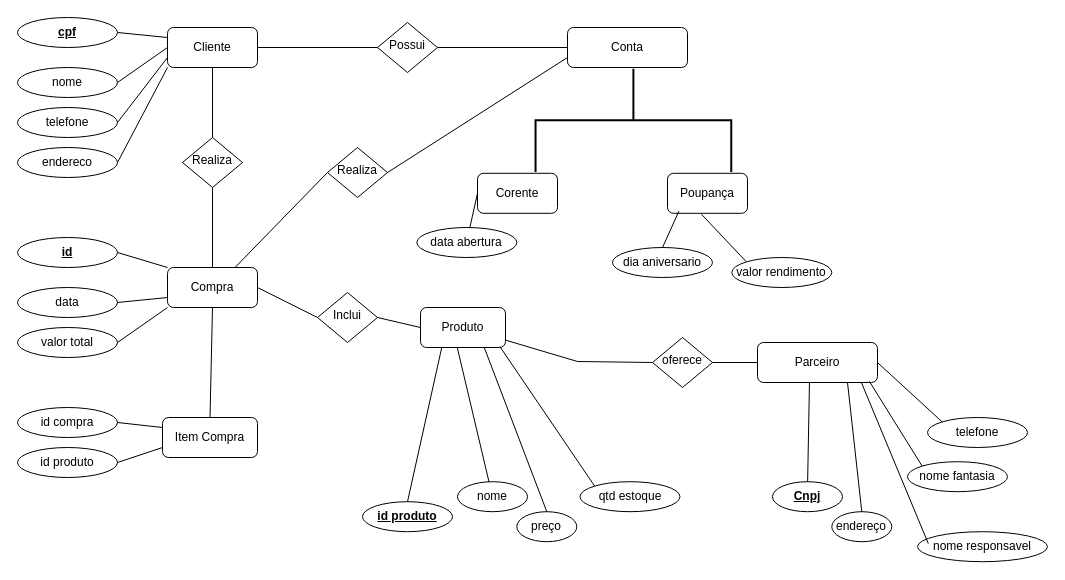
Before: eE.drawio in AlanPinheiro19/pece-usp, a draw.io diagram. Source tidied: cells renumbered, new cells numbered last; positions are measured from the earlier drawing's top-left corner, leaving out a move shared by most shapes. Both pictures are drawn from the tidied source at 100%, with x=0, y=0 at pixel (17, 17).
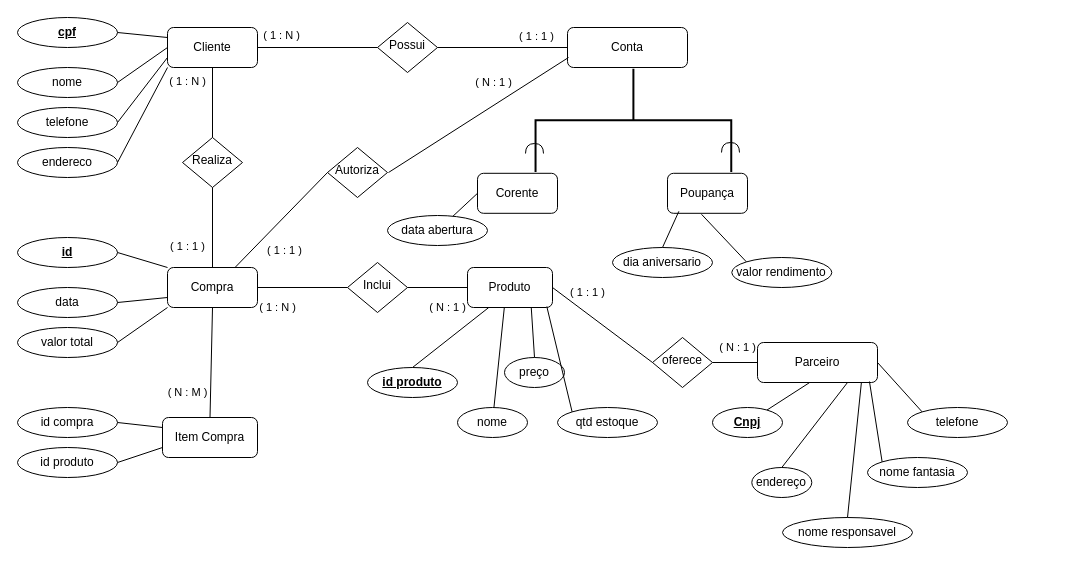
Above is the later version.

Unchanged cells that the change refers to:
```xml
<mxCell id="4" value="Conta" style="rounded=1;whiteSpace=wrap;html=1;fontSize=12;glass=0;strokeWidth=1;shadow=0;" parent="1" vertex="1">
  <mxGeometry x="550" y="10" width="120" height="40" as="geometry" />
</mxCell>
<mxCell id="58" value="oferece" style="rhombus;whiteSpace=wrap;html=1;shadow=0;fontFamily=Helvetica;fontSize=12;align=center;strokeWidth=1;spacing=6;spacingTop=-4;" parent="1" vertex="1">
  <mxGeometry x="635" y="320" width="60" height="50" as="geometry" />
</mxCell>
```

The edit, as a diff of the source:
```diff
@@
     <mxCell id="31" value="data abertura" style="ellipse;whiteSpace=wrap;html=1;" parent="1" vertex="1">
-      <mxGeometry x="399.3" y="210" width="100" height="30" as="geometry" />
+      <mxGeometry x="370" y="198" width="100" height="30" as="geometry" />
     </mxCell>
@@
     <mxCell id="39" value="Produto" style="rounded=1;whiteSpace=wrap;html=1;fontSize=12;glass=0;strokeWidth=1;shadow=0;" parent="1" vertex="1">
-      <mxGeometry x="403" y="290" width="85" height="40" as="geometry" />
+      <mxGeometry x="450" y="250" width="85" height="40" as="geometry" />
     </mxCell>
     <mxCell id="40" value="&lt;b&gt;&lt;u&gt;id produto&lt;/u&gt;&lt;/b&gt;" style="ellipse;whiteSpace=wrap;html=1;" parent="1" vertex="1">
-      <mxGeometry x="345" y="484.2" width="90" height="30" as="geometry" />
+      <mxGeometry x="350" y="350" width="90" height="30" as="geometry" />
     </mxCell>
     <mxCell id="41" value="nome" style="ellipse;whiteSpace=wrap;html=1;" parent="1" vertex="1">
-      <mxGeometry x="440" y="464.2" width="70" height="30" as="geometry" />
+      <mxGeometry x="440" y="390" width="70" height="30" as="geometry" />
     </mxCell>
@@
     <mxCell id="43" value="preço" style="ellipse;whiteSpace=wrap;html=1;" parent="1" vertex="1">
-      <mxGeometry x="499.3" y="494.2" width="60" height="30" as="geometry" />
+      <mxGeometry x="487" y="340" width="60" height="30" as="geometry" />
     </mxCell>
     <mxCell id="44" value="qtd estoque" style="ellipse;whiteSpace=wrap;html=1;" parent="1" vertex="1">
-      <mxGeometry x="562.5" y="464.2" width="100" height="30" as="geometry" />
+      <mxGeometry x="540" y="390" width="100" height="30" as="geometry" />
     </mxCell>
@@
     <mxCell id="49" value="Inclui" style="rhombus;whiteSpace=wrap;html=1;shadow=0;fontFamily=Helvetica;fontSize=12;align=center;strokeWidth=1;spacing=6;spacingTop=-4;" parent="1" vertex="1">
-      <mxGeometry x="300" y="275" width="60" height="50" as="geometry" />
+      <mxGeometry x="330" y="245" width="60" height="50" as="geometry" />
     </mxCell>
@@
     <mxCell id="52" value="&lt;b&gt;&lt;u&gt;Cnpj&lt;/u&gt;&lt;/b&gt;" style="ellipse;whiteSpace=wrap;html=1;" parent="1" vertex="1">
-      <mxGeometry x="755" y="464.2" width="70" height="30" as="geometry" />
+      <mxGeometry x="695" y="390" width="70" height="30" as="geometry" />
     </mxCell>
     <mxCell id="53" value="endereço" style="ellipse;whiteSpace=wrap;html=1;" parent="1" vertex="1">
-      <mxGeometry x="814.3" y="494.2" width="60" height="30" as="geometry" />
+      <mxGeometry x="734.3" y="450" width="60" height="30" as="geometry" />
     </mxCell>
     <mxCell id="54" value="nome fantasia" style="ellipse;whiteSpace=wrap;html=1;" parent="1" vertex="1">
-      <mxGeometry x="890" y="444.2" width="100" height="30" as="geometry" />
+      <mxGeometry x="850" y="440" width="100" height="30" as="geometry" />
     </mxCell>
@@
-    <mxCell id="60" style="endArrow=none;html=1;rounded=0;exitX=0;exitY=0.5;exitDx=0;exitDy=0;" parent="1" edge="1" source="58" target="39">
-      <mxGeometry relative="1" as="geometry">
-        <Array as="points">
-          <mxPoint x="560" y="344" />
-        </Array>
-      </mxGeometry>
+    <mxCell id="60" style="endArrow=none;html=1;rounded=0;exitX=0;exitY=0.5;exitDx=0;exitDy=0;entryX=1;entryY=0.5;entryDx=0;entryDy=0;" parent="1" edge="1" source="58" target="39">
+      <mxGeometry relative="1" as="geometry" />
     </mxCell>
     <mxCell id="61" value="telefone" style="ellipse;whiteSpace=wrap;html=1;" parent="1" vertex="1">
-      <mxGeometry x="910" y="400" width="100" height="30" as="geometry" />
+      <mxGeometry x="890" y="390" width="100" height="30" as="geometry" />
     </mxCell>
@@
     <mxCell id="63" value="nome responsavel" style="ellipse;whiteSpace=wrap;html=1;" parent="1" vertex="1">
-      <mxGeometry x="900" y="514.2" width="130" height="30" as="geometry" />
+      <mxGeometry x="765" y="500" width="130" height="30" as="geometry" />
     </mxCell>
-    <mxCell id="64" style="endArrow=none;html=1;rounded=0;entryX=0.816;entryY=0.938;entryDx=0;entryDy=0;exitX=0.083;exitY=0.395;exitDx=0;exitDy=0;entryPerimeter=0;exitPerimeter=0;" parent="1" edge="1" source="63">
+    <mxCell id="64" style="endArrow=none;html=1;rounded=0;entryX=0.816;entryY=0.938;entryDx=0;entryDy=0;exitX=0.5;exitY=0;exitDx=0;exitDy=0;entryPerimeter=0;" parent="1" edge="1" source="63">
       <mxGeometry relative="1" as="geometry">
         <mxPoint x="843.9" y="365" as="targetPoint" />
       </mxGeometry>
     </mxCell>
@@
-    <mxCell id="66" value="Realiza" style="rhombus;whiteSpace=wrap;html=1;shadow=0;fontFamily=Helvetica;fontSize=12;align=center;strokeWidth=1;spacing=6;spacingTop=-4;" parent="1" vertex="1">
+    <mxCell id="66" value="Autoriza" style="rhombus;whiteSpace=wrap;html=1;shadow=0;fontFamily=Helvetica;fontSize=12;align=center;strokeWidth=1;spacing=6;spacingTop=-4;" parent="1" vertex="1">
       <mxGeometry x="310" y="130" width="60" height="50" as="geometry" />
     </mxCell>
-    <mxCell id="67" style="endArrow=none;html=1;rounded=0;exitX=1;exitY=0.5;exitDx=0;exitDy=0;entryX=0;entryY=0.75;entryDx=0;entryDy=0;" parent="1" edge="1" source="66" target="4">
-      <mxGeometry relative="1" as="geometry" />
+    <mxCell id="67" style="endArrow=none;html=1;rounded=0;exitX=1;exitY=0.5;exitDx=0;exitDy=0;entryX=0;entryY=0.75;entryDx=0;entryDy=0;" parent="1" edge="1">
+      <mxGeometry relative="1" as="geometry">
+        <mxPoint x="371" y="155" as="sourcePoint" />
+        <mxPoint x="551" y="40" as="targetPoint" />
+      </mxGeometry>
     </mxCell>
+    <mxCell id="69" value="( N : 1 )" style="edgeLabel;html=1;align=center;verticalAlign=middle;" parent="67" vertex="1">
+      <mxGeometry x="0.51" y="2" relative="1" as="geometry">
+        <mxPoint x="-30" y="-2" as="offset" />
+      </mxGeometry>
+    </mxCell>
@@
+    <mxCell id="70" style="shape=requiredInterface;html=1;verticalLabelPosition=bottom;sketch=0;rotation=-90;" parent="1" vertex="1">
+      <mxGeometry x="512" y="122" width="10" height="18" as="geometry" />
+    </mxCell>
+    <mxCell id="71" style="shape=requiredInterface;html=1;verticalLabelPosition=bottom;sketch=0;rotation=-90;" parent="1" vertex="1">
+      <mxGeometry x="708" y="121" width="10" height="18" as="geometry" />
+    </mxCell>
+    <mxCell id="72" value="( 1 : 1 )" style="edgeLabel;html=1;align=center;verticalAlign=middle;" parent="1" vertex="1">
+      <mxGeometry x="307" y="213" as="geometry">
+        <mxPoint x="-41" y="19" as="offset" />
+      </mxGeometry>
+    </mxCell>
+    <mxCell id="73" value="( 1 : N )" style="edgeLabel;html=1;align=center;verticalAlign=middle;" parent="1" vertex="1">
+      <mxGeometry x="343" y="8" as="geometry">
+        <mxPoint x="-80" y="9" as="offset" />
+      </mxGeometry>
+    </mxCell>
+    <mxCell id="74" value="( 1 : 1 )" style="edgeLabel;html=1;align=center;verticalAlign=middle;" parent="1" vertex="1">
+      <mxGeometry x="512" y="45" as="geometry">
+        <mxPoint x="6" y="-27" as="offset" />
+      </mxGeometry>
+    </mxCell>
+    <mxCell id="75" value="( 1 : N )" style="edgeLabel;html=1;align=center;verticalAlign=middle;" parent="1" vertex="1">
+      <mxGeometry x="270" y="70" as="geometry">
+        <mxPoint x="-101" y="-7" as="offset" />
+      </mxGeometry>
+    </mxCell>
+    <mxCell id="76" value="( 1 : 1 )" style="edgeLabel;html=1;align=center;verticalAlign=middle;" parent="1" vertex="1">
+      <mxGeometry x="236" y="215" as="geometry">
+        <mxPoint x="-67" y="13" as="offset" />
+      </mxGeometry>
+    </mxCell>
+    <mxCell id="77" value="( 1 : N )" style="edgeLabel;html=1;align=center;verticalAlign=middle;" parent="1" vertex="1">
+      <mxGeometry x="300" y="270" as="geometry">
+        <mxPoint x="-41" y="19" as="offset" />
+      </mxGeometry>
+    </mxCell>
+    <mxCell id="78" value="( N : 1 )" style="edgeLabel;html=1;align=center;verticalAlign=middle;" parent="1" vertex="1">
+      <mxGeometry x="470" y="270" as="geometry">
+        <mxPoint x="-41" y="19" as="offset" />
+      </mxGeometry>
+    </mxCell>
+    <mxCell id="79" value="( N : M )" style="edgeLabel;html=1;align=center;verticalAlign=middle;" parent="1" vertex="1">
+      <mxGeometry x="210" y="355" as="geometry">
+        <mxPoint x="-41" y="19" as="offset" />
+      </mxGeometry>
+    </mxCell>
+    <mxCell id="80" value="( N : 1 )" style="edgeLabel;html=1;align=center;verticalAlign=middle;" parent="1" vertex="1">
+      <mxGeometry x="760" y="310" as="geometry">
+        <mxPoint x="-41" y="19" as="offset" />
+      </mxGeometry>
+    </mxCell>
+    <mxCell id="81" value="( 1 : 1 )" style="edgeLabel;html=1;align=center;verticalAlign=middle;" parent="1" vertex="1">
+      <mxGeometry x="610" y="255" as="geometry">
+        <mxPoint x="-41" y="19" as="offset" />
+      </mxGeometry>
+    </mxCell>
```
